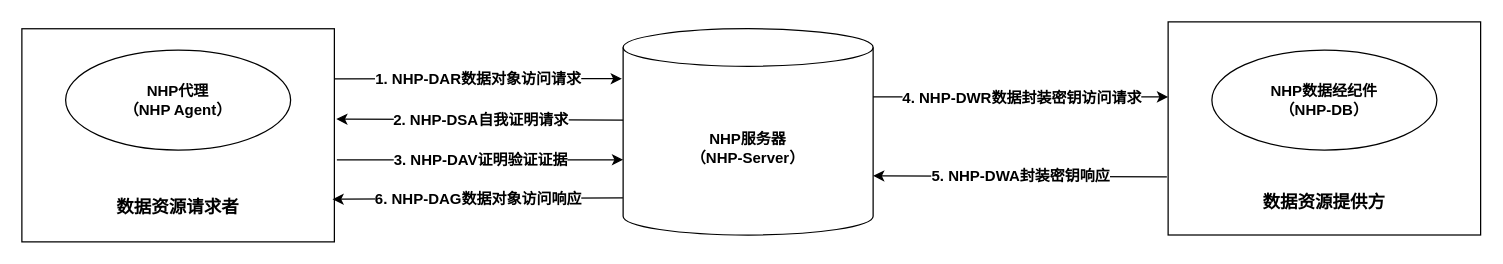
Before: page "message flow 2" (5 of 28) of dhp/OpenDHP.drawio in wenhulove333/opendhp, a draw.io diagram. Source tidied: cells renumbered, new cells numbered last; positions are measured from the earlier drawing's top-left corner, leaving out a move shared by most shapes. Both pictures are drawn from the tidied source at 125%, with x=0, y=0 at pixel (21, 21).
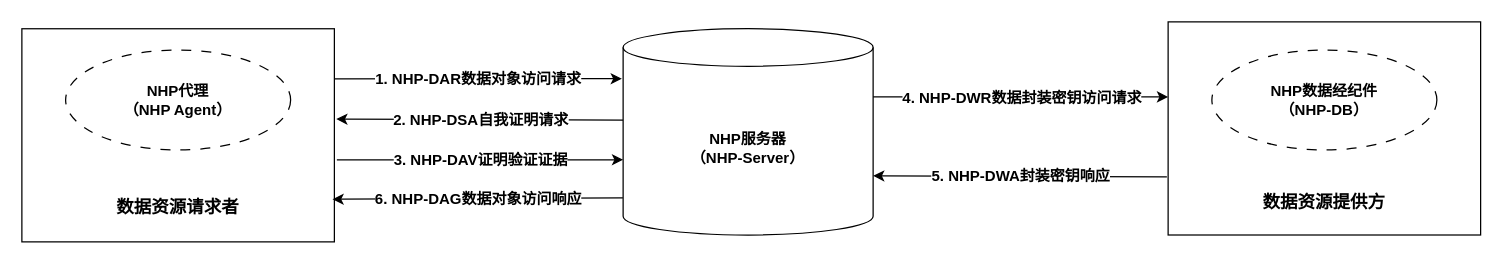
Above is the later version.

Change to the diagram source:
```diff
@@
-    <mxCell id="13" value="&lt;b&gt;NHP数据经纪件&lt;/b&gt;&lt;div&gt;&lt;b&gt;（NHP-DB）&lt;/b&gt;&lt;/div&gt;" style="ellipse;whiteSpace=wrap;html=1;fillColor=none;" parent="1" vertex="1">
+    <mxCell id="13" value="&lt;b&gt;NHP数据经纪件&lt;/b&gt;&lt;div&gt;&lt;b&gt;（NHP-DB）&lt;/b&gt;&lt;/div&gt;" style="ellipse;whiteSpace=wrap;html=1;fillColor=none;dashed=1;dashPattern=8 8;" parent="1" vertex="1">
       <mxGeometry x="952" y="22.5" width="180" height="80" as="geometry" />
     </mxCell>
@@
-    <mxCell id="20" value="&lt;b&gt;NHP代理&lt;/b&gt;&lt;div&gt;&lt;b&gt;（NHP Agent）&lt;/b&gt;&lt;/div&gt;" style="ellipse;whiteSpace=wrap;html=1;fillColor=none;" parent="1" vertex="1">
+    <mxCell id="20" value="&lt;b&gt;NHP代理&lt;/b&gt;&lt;div&gt;&lt;b&gt;（NHP Agent）&lt;/b&gt;&lt;/div&gt;" style="ellipse;whiteSpace=wrap;html=1;fillColor=none;dashed=1;dashPattern=8 8;" parent="1" vertex="1">
       <mxGeometry x="35" y="22.5" width="180" height="80" as="geometry" />
     </mxCell>
```
